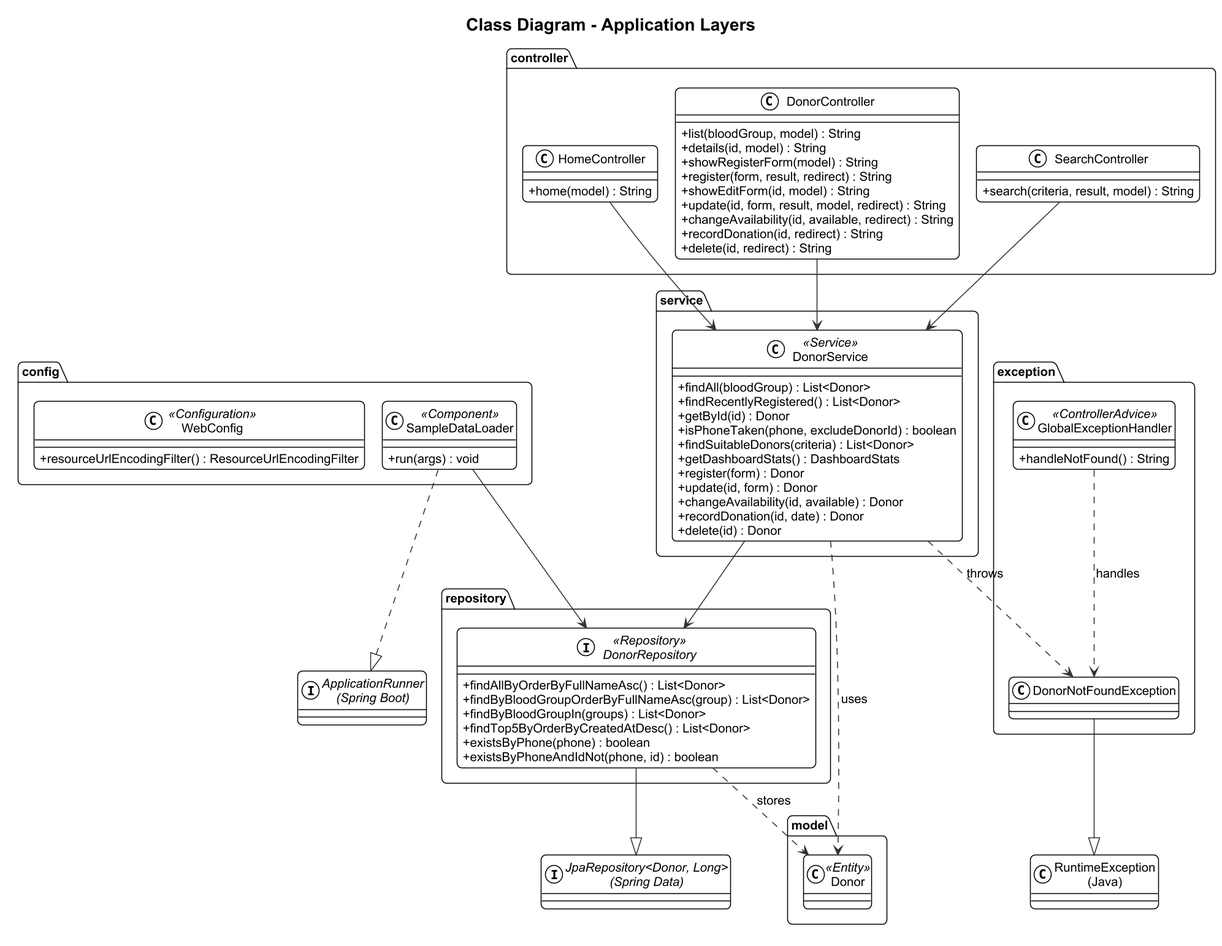
Above: docs/diagrams/images/03-class-layers.png in salmanshaikh18/BloodDonationSystem (PlantUML), before the change.
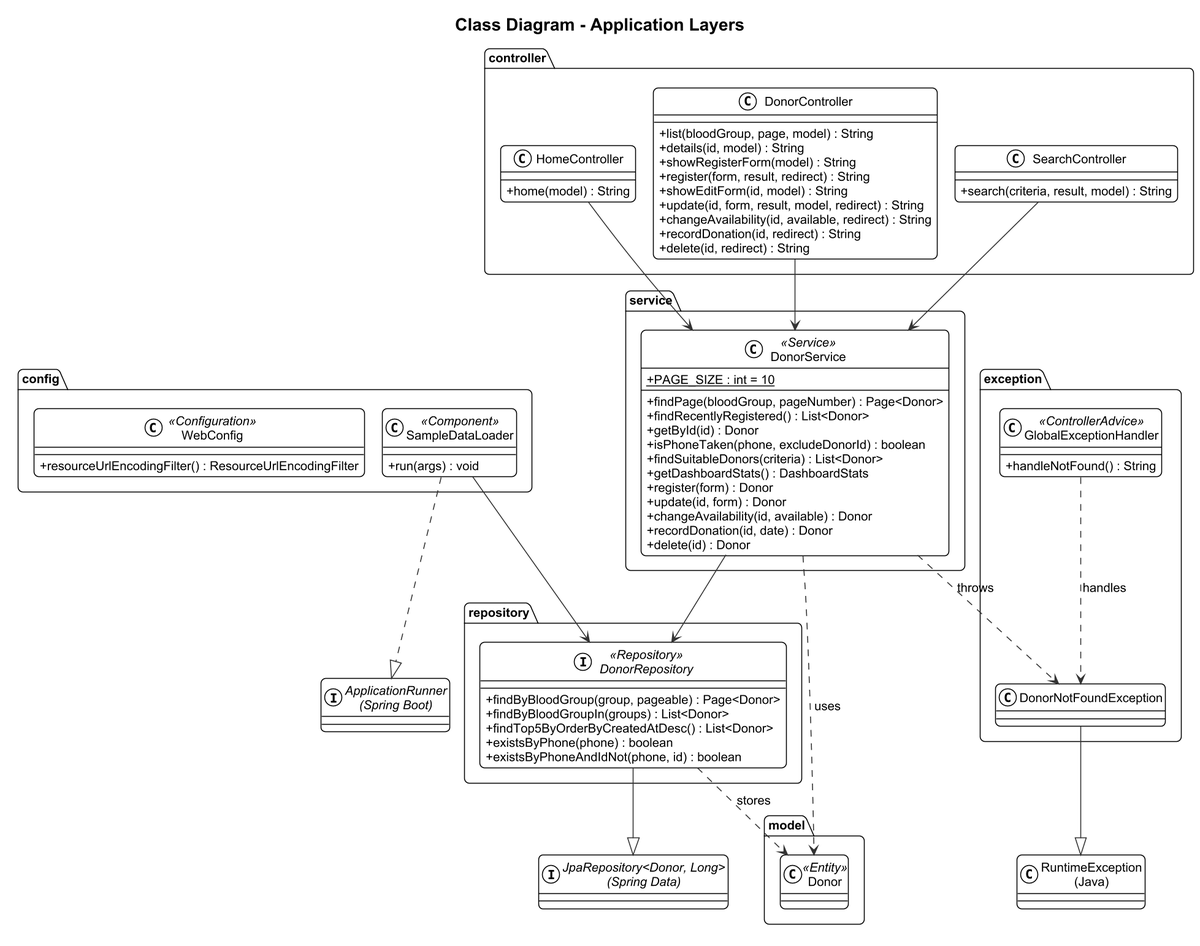
Later version of the same file.

What changed in the source:
```diff
@@ -8,7 +8,7 @@
     + home(model) : String
   }
   class DonorController {
-    + list(bloodGroup, model) : String
+    + list(bloodGroup, page, model) : String
     + details(id, model) : String
     + showRegisterForm(model) : String
     + register(form, result, redirect) : String
@@ -25,7 +25,9 @@
 
 package "service" {
   class DonorService <<Service>> {
-    + findAll(bloodGroup) : List<Donor>
+    + {static} PAGE_SIZE : int = 10
+    --
+    + findPage(bloodGroup, pageNumber) : Page<Donor>
     + findRecentlyRegistered() : List<Donor>
     + getById(id) : Donor
     + isPhoneTaken(phone, excludeDonorId) : boolean
@@ -41,8 +43,7 @@
 
 package "repository" {
   interface DonorRepository <<Repository>> {
-    + findAllByOrderByFullNameAsc() : List<Donor>
-    + findByBloodGroupOrderByFullNameAsc(group) : List<Donor>
+    + findByBloodGroup(group, pageable) : Page<Donor>
     + findByBloodGroupIn(groups) : List<Donor>
     + findTop5ByOrderByCreatedAtDesc() : List<Donor>
     + existsByPhone(phone) : boolean
```
